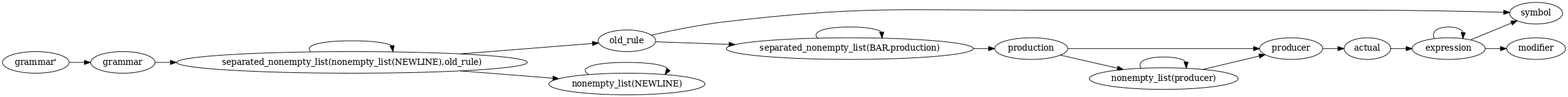
meta-introspector/gbnf-nice-parser keeps this Graphviz diagram as sentenceParser.png. Above is the earlier version. Its source is kept beside it as lib/sentenceParser.dot.
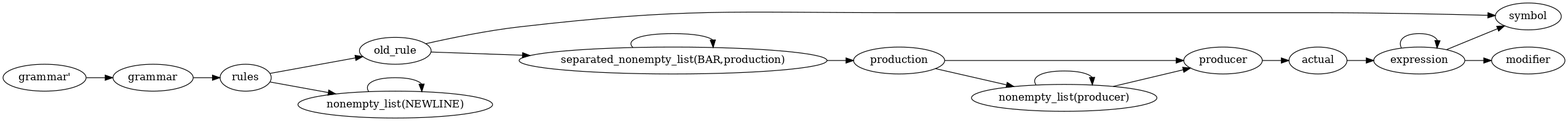
Above is the later version.

Diff of the diagram source:
```diff
@@ -4,8 +4,8 @@
 ratio = compress;
 nt0 [ label="grammar'" ] ;
 nt1 [ label="symbol" ] ;
-nt2 [ label="separated_nonempty_list(nonempty_list(NEWLINE),old_rule)" ] ;
-nt3 [ label="separated_nonempty_list(BAR,production)" ] ;
+nt2 [ label="separated_nonempty_list(BAR,production)" ] ;
+nt3 [ label="rules" ] ;
 nt4 [ label="production" ] ;
 nt5 [ label="producer" ] ;
 nt6 [ label="old_rule" ] ;
@@ -17,19 +17,18 @@
 nt12 [ label="actual" ] ;
 nt0 -> nt10 [ label="" ] ;
 nt2 -> nt2 [ label="" ] ;
-nt2 -> nt6 [ label="" ] ;
-nt2 -> nt8 [ label="" ] ;
-nt3 -> nt3 [ label="" ] ;
-nt3 -> nt4 [ label="" ] ;
+nt2 -> nt4 [ label="" ] ;
+nt3 -> nt6 [ label="" ] ;
+nt3 -> nt8 [ label="" ] ;
 nt4 -> nt5 [ label="" ] ;
 nt4 -> nt7 [ label="" ] ;
 nt5 -> nt12 [ label="" ] ;
 nt6 -> nt1 [ label="" ] ;
-nt6 -> nt3 [ label="" ] ;
+nt6 -> nt2 [ label="" ] ;
 nt7 -> nt5 [ label="" ] ;
 nt7 -> nt7 [ label="" ] ;
 nt8 -> nt8 [ label="" ] ;
-nt10 -> nt2 [ label="" ] ;
+nt10 -> nt3 [ label="" ] ;
 nt11 -> nt1 [ label="" ] ;
 nt11 -> nt9 [ label="" ] ;
 nt11 -> nt11 [ label="" ] ;
```
